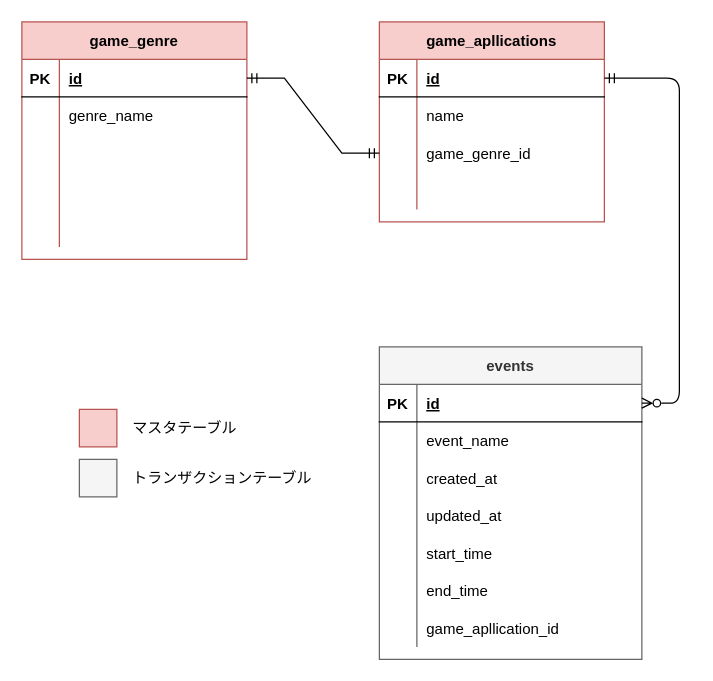
The draw.io diagram erd.drawio in hirabarufumitaka/mobile_game_notification, before the edit. Source tidied: cells renumbered, new cells numbered last; positions are measured from the earlier drawing's top-left corner, leaving out a move shared by most shapes. Both pictures are drawn from the tidied source at 125%, with x=0, y=0 at pixel (21, 21).
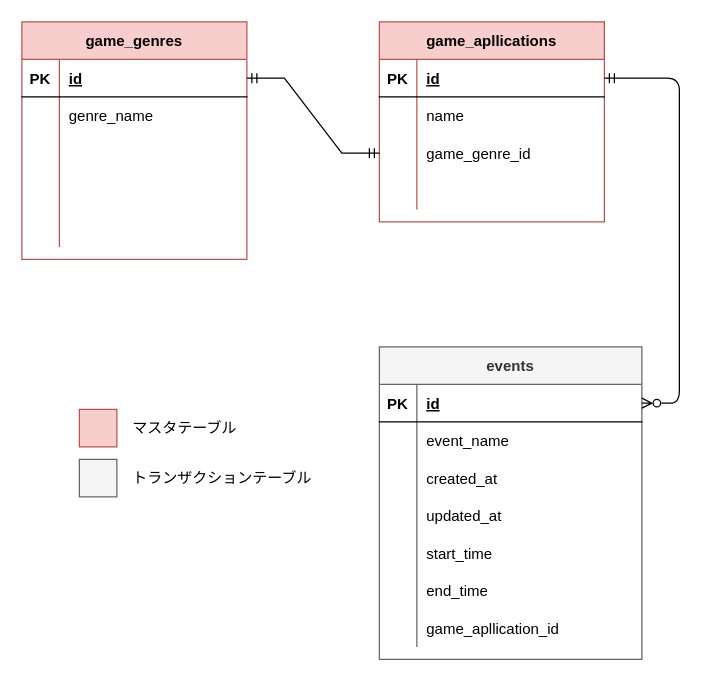
After the change.

Diff of the diagram source:
```diff
@@
-    <mxCell id="38" value="game_genre" style="shape=table;startSize=30;childLayout=tableLayout;rowLines=0;fontStyle=1;align=center;labelBackgroundColor=none;fillColor=#f8cecc;strokeColor=#b85450;" parent="1" vertex="1">
+    <mxCell id="38" value="game_genres" style="shape=table;startSize=30;childLayout=tableLayout;rowLines=0;fontStyle=1;align=center;labelBackgroundColor=none;fillColor=#f8cecc;strokeColor=#b85450;" parent="1" vertex="1">
       <mxGeometry width="180" height="190" as="geometry" />
     </mxCell>
```
